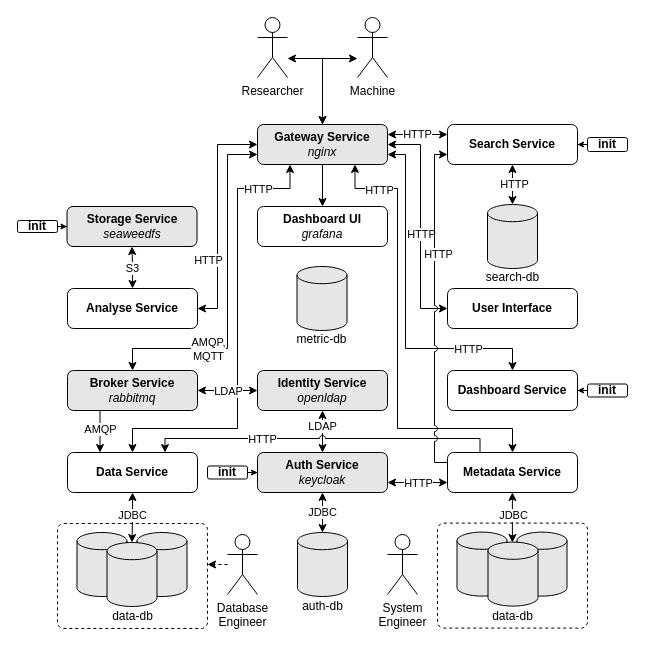
This is page "docker-compose" (1 of 9) of .docs/images/architecture.drawio from DBRepo-Project/dbrepo, a draw.io file, before an edit. Source tidied: cells renumbered, new cells numbered last; positions are measured from the earlier drawing's top-left corner, leaving out a move shared by most shapes. Both pictures are drawn from the tidied source at 100%, with x=0, y=0 at pixel (17, 17).
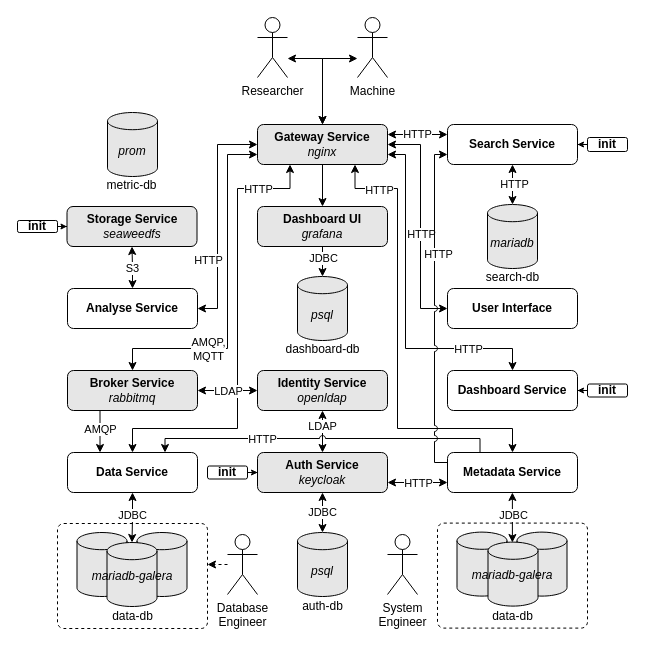
Above is the later version.

The edit, as a diff of the source:
```diff
@@
-    <mxCell id="2" style="rounded=1;whiteSpace=wrap;html=1;fillColor=none;dashed=1;arcSize=6;" parent="1" vertex="1">
-      <mxGeometry x="420" y="505.6" width="150" height="105" as="geometry" />
-    </mxCell>
@@
-    <mxCell id="28" style="shape=cylinder3;whiteSpace=wrap;html=1;boundedLbl=1;backgroundOutline=1;size=8.600000000000023;fillColor=#E6E6E6;strokeColor=#000000;" parent="1" vertex="1">
+    <mxCell id="28" value="&lt;i&gt;mariadb&lt;/i&gt;" style="shape=cylinder3;whiteSpace=wrap;html=1;boundedLbl=1;backgroundOutline=1;size=8.600000000000023;fillColor=#E6E6E6;strokeColor=#000000;" parent="1" vertex="1">
       <mxGeometry x="470" y="187" width="50" height="64" as="geometry" />
     </mxCell>
@@
-    <mxCell id="30" style="shape=cylinder3;whiteSpace=wrap;html=1;boundedLbl=1;backgroundOutline=1;size=8.600000000000023;fillColor=#E6E6E6;strokeColor=#000000;" parent="1" vertex="1">
+    <mxCell id="30" value="psql" style="shape=cylinder3;whiteSpace=wrap;html=1;boundedLbl=1;backgroundOutline=1;size=8.600000000000023;fillColor=#E6E6E6;strokeColor=#000000;fontStyle=2;" parent="1" vertex="1">
       <mxGeometry x="280" y="515" width="50" height="64" as="geometry" />
     </mxCell>
@@
-    <mxCell id="50" style="rounded=1;whiteSpace=wrap;html=1;fillColor=none;dashed=1;arcSize=6;" parent="1" vertex="1">
+    <mxCell id="50" value="mariadb-galera" style="rounded=1;whiteSpace=wrap;html=1;fillColor=none;dashed=1;arcSize=6;fontStyle=2;" parent="1" vertex="1">
       <mxGeometry x="40" y="506" width="150" height="105" as="geometry" />
     </mxCell>
@@
-    <mxCell id="59" style="shape=cylinder3;whiteSpace=wrap;html=1;boundedLbl=1;backgroundOutline=1;size=8.600000000000023;fillColor=#E6E6E6;strokeColor=#000000;" parent="1" vertex="1">
-      <mxGeometry x="279.5" y="249" width="50" height="64" as="geometry" />
+    <mxCell id="59" value="prom" style="shape=cylinder3;whiteSpace=wrap;html=1;boundedLbl=1;backgroundOutline=1;size=8.600000000000023;fillColor=#E6E6E6;strokeColor=#000000;fontStyle=2;fontSize=12;" parent="1" vertex="1">
+      <mxGeometry x="90" y="95" width="50" height="64" as="geometry" />
     </mxCell>
     <mxCell id="60" value="metric-db" style="text;html=1;strokeColor=none;fillColor=none;align=center;verticalAlign=middle;whiteSpace=wrap;rounded=0;spacing=-1;" parent="1" vertex="1">
-      <mxGeometry x="262" y="313" width="85" height="17" as="geometry" />
+      <mxGeometry x="72" y="159" width="85" height="17" as="geometry" />
     </mxCell>
@@
-    <mxCell id="67" value="&lt;b&gt;Dashboard UI&lt;/b&gt;&lt;div&gt;&lt;i&gt;grafana&lt;/i&gt;&lt;/div&gt;" style="rounded=1;whiteSpace=wrap;html=1;" parent="1" vertex="1">
+    <mxCell id="67" value="&lt;b&gt;Dashboard UI&lt;/b&gt;&lt;div&gt;&lt;i&gt;grafana&lt;/i&gt;&lt;/div&gt;" style="rounded=1;whiteSpace=wrap;html=1;fillColor=#E6E6E6;fontColor=#000000;strokeColor=#000000;" parent="1" vertex="1">
       <mxGeometry x="240" y="189" width="130" height="40" as="geometry" />
     </mxCell>
@@
+    <mxCell id="81" value="&lt;i&gt;psql&lt;/i&gt;" style="shape=cylinder3;whiteSpace=wrap;html=1;boundedLbl=1;backgroundOutline=1;size=8.600000000000023;fillColor=#E6E6E6;strokeColor=#000000;" parent="1" vertex="1">
+      <mxGeometry x="280" y="259" width="50" height="64" as="geometry" />
+    </mxCell>
+    <mxCell id="82" value="dashboard-db" style="text;html=1;strokeColor=none;fillColor=none;align=center;verticalAlign=middle;whiteSpace=wrap;rounded=0;spacing=-1;" parent="1" vertex="1">
+      <mxGeometry x="262.5" y="323" width="85" height="17" as="geometry" />
+    </mxCell>
+    <mxCell id="83" style="edgeStyle=orthogonalEdgeStyle;rounded=0;jettySize=auto;html=1;exitX=0.5;exitY=1;exitDx=0;exitDy=0;entryX=0.5;entryY=0;entryDx=0;entryDy=0;entryPerimeter=0;" parent="1" edge="1" source="67" target="81">
+      <mxGeometry relative="1" as="geometry" />
+    </mxCell>
+    <mxCell id="84" value="JDBC" style="edgeLabel;html=1;align=center;verticalAlign=middle;" parent="83" vertex="1">
+      <mxGeometry x="-0.33" relative="1" as="geometry">
+        <mxPoint y="1" as="offset" />
+      </mxGeometry>
+    </mxCell>
+    <mxCell id="2" value="mariadb-galera" style="rounded=1;whiteSpace=wrap;html=1;fillColor=none;dashed=1;arcSize=6;fontStyle=2;" parent="1" vertex="1">
+      <mxGeometry x="420" y="505.6" width="150" height="105" as="geometry" />
+    </mxCell>
```
